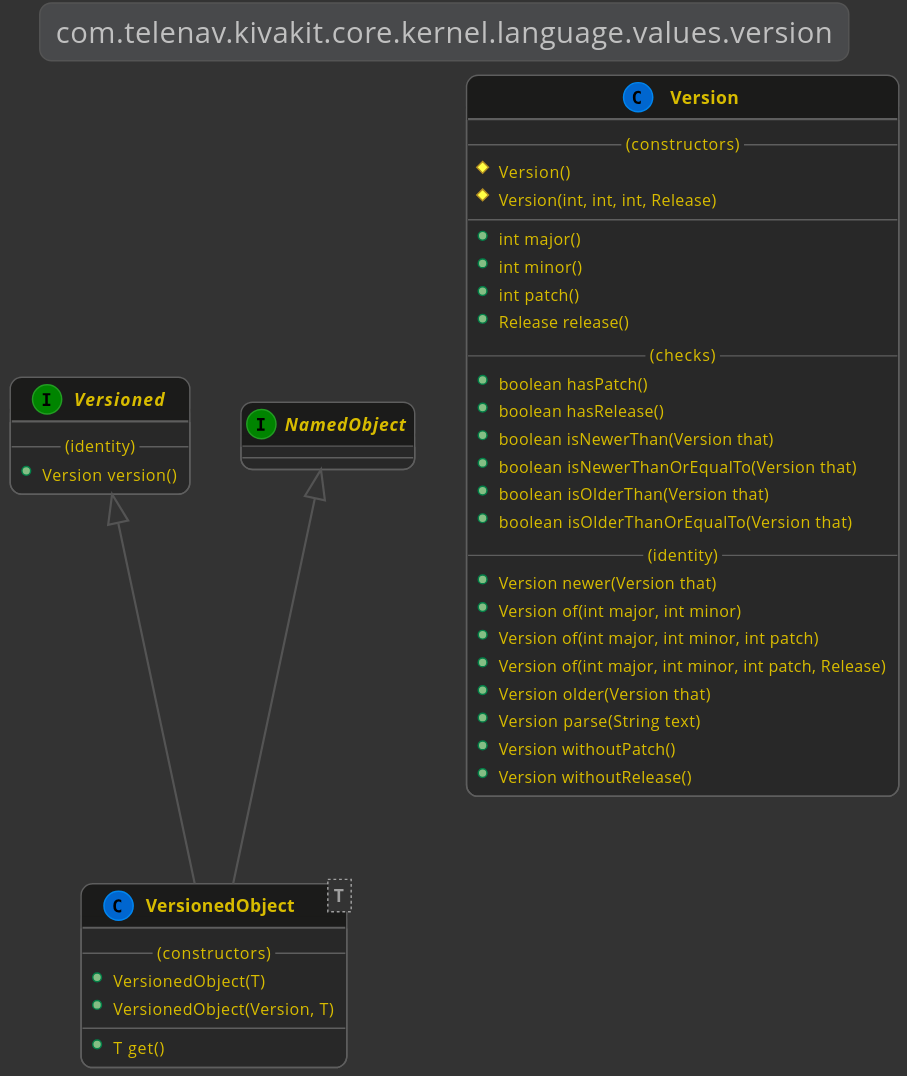
Before: docs/lexakai/kivakit/kivakit-core/kernel/documentation/diagrams/com.telenav.kivakit.core.kernel.language.values.version.svg, a diagram exported from PlantUML (Telenav/kivakit-assets).
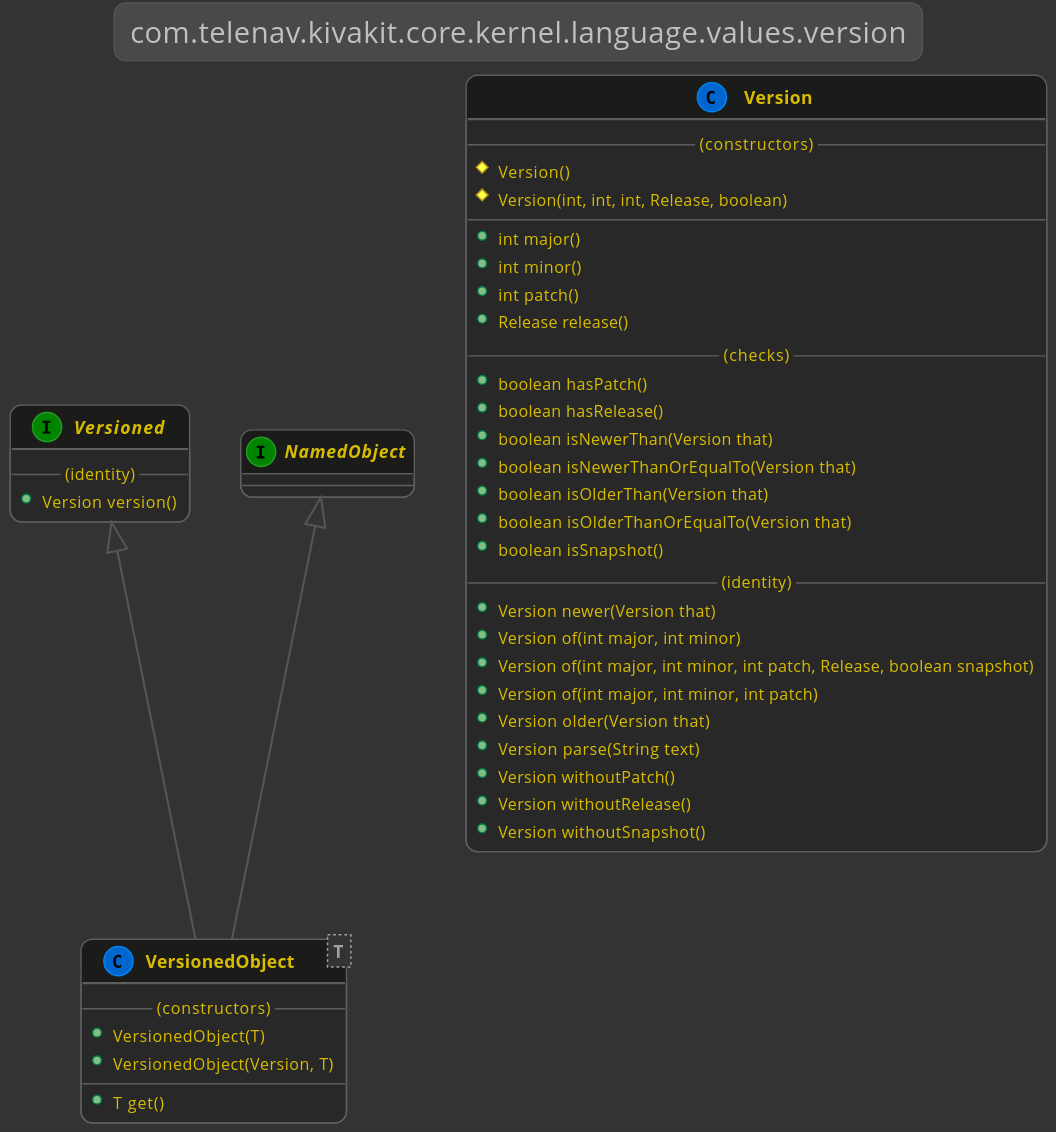
After the change.

What changed in the source:
```diff
@@ -11,7 +11,7 @@
     {
         --(constructors)--
         #Version()
-        #Version(int, int, int, Release)
+        #Version(int, int, int, Release, boolean)
         --
         +int major()
         +int minor()
@@ -24,15 +24,17 @@
         +boolean isNewerThanOrEqualTo(Version that)
         +boolean isOlderThan(Version that)
         +boolean isOlderThanOrEqualTo(Version that)
+        +boolean isSnapshot()
         --(identity)--
         +Version newer(Version that)
         +Version of(int major, int minor)
+        +Version of(int major, int minor, int patch, Release, boolean snapshot)
         +Version of(int major, int minor, int patch)
-        +Version of(int major, int minor, int patch, Release)
         +Version older(Version that)
         +Version parse(String text)
         +Version withoutPatch()
         +Version withoutRelease()
+        +Version withoutSnapshot()
     }
 
     interface Versioned
```
